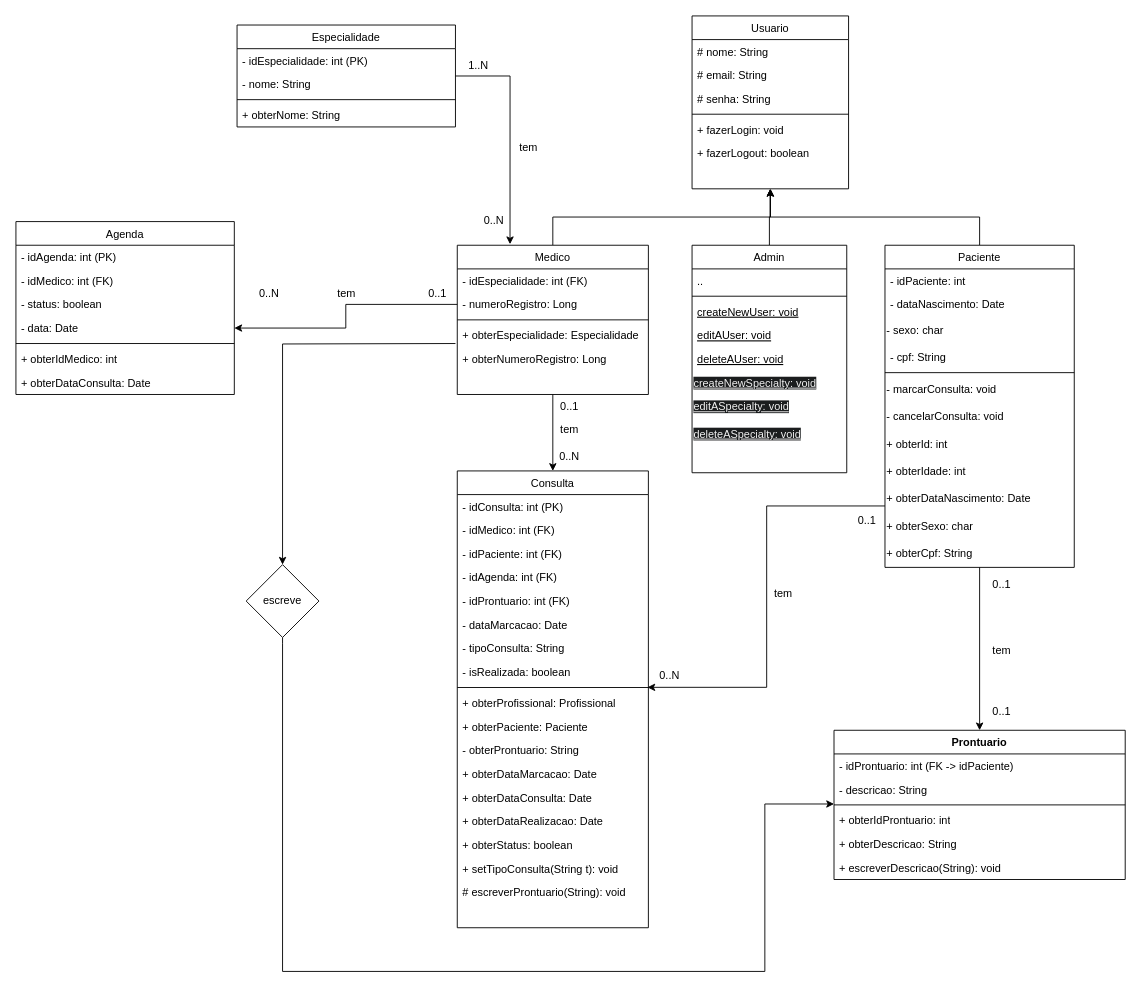
Before: doc/diagrama/medcheck.drawio in the-bugs/medcheck-backend-js, a draw.io diagram. Source tidied: cells renumbered, new cells numbered last; positions are measured from the earlier drawing's top-left corner, leaving out a move shared by most shapes. Both pictures are drawn from the tidied source at 91%, with x=0, y=0 at pixel (15, 15).
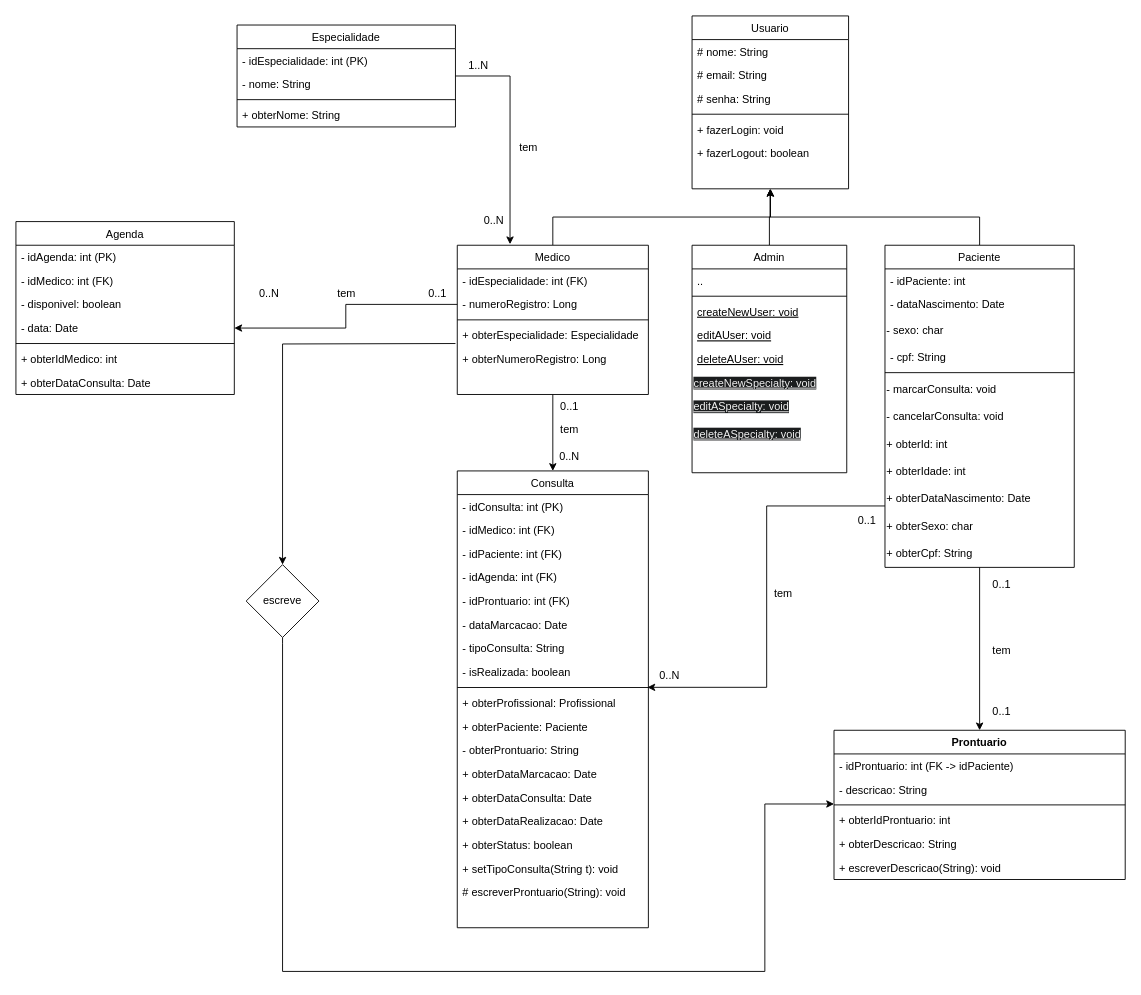
Above is the later version.

Commit message:
doc: Atualiza diagrama

Unchanged cells that the change refers to:
```xml
<mxCell id="80" value="Agenda" style="swimlane;fontStyle=0;align=center;verticalAlign=top;horizontal=1;startSize=26;rounded=0;shadow=0;strokeWidth=1;" parent="1" vertex="1">
  <mxGeometry y="226" width="240" height="190" as="geometry" />
</mxCell>
```

The edit, as a diff of the source:
```diff
@@
-    <mxCell id="83" value="- status: boolean" style="text;align=left;verticalAlign=top;spacingLeft=4;spacingRight=4;overflow=hidden;" parent="80" vertex="1">
+    <mxCell id="83" value="- disponivel: boolean" style="text;align=left;verticalAlign=top;spacingLeft=4;spacingRight=4;overflow=hidden;" parent="80" vertex="1">
       <mxGeometry y="78" width="240" height="26" as="geometry" />
     </mxCell>
```
